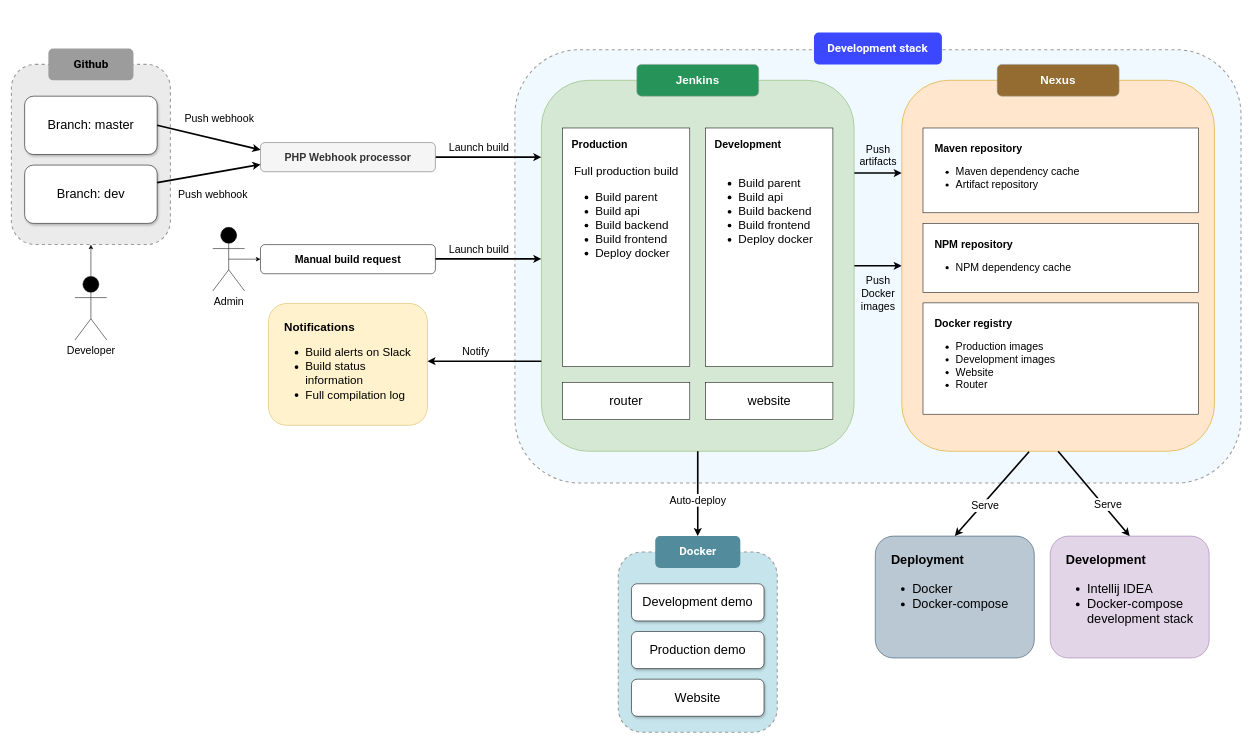
Before: resources/dev-lifecycle.drawio in xkohutka/documentation, a draw.io diagram. Source tidied: cells renumbered, new cells numbered last; positions are measured from the earlier drawing's top-left corner, leaving out a move shared by most shapes. Both pictures are drawn from the tidied source at 53%, with x=0, y=0 at pixel (11, 11).
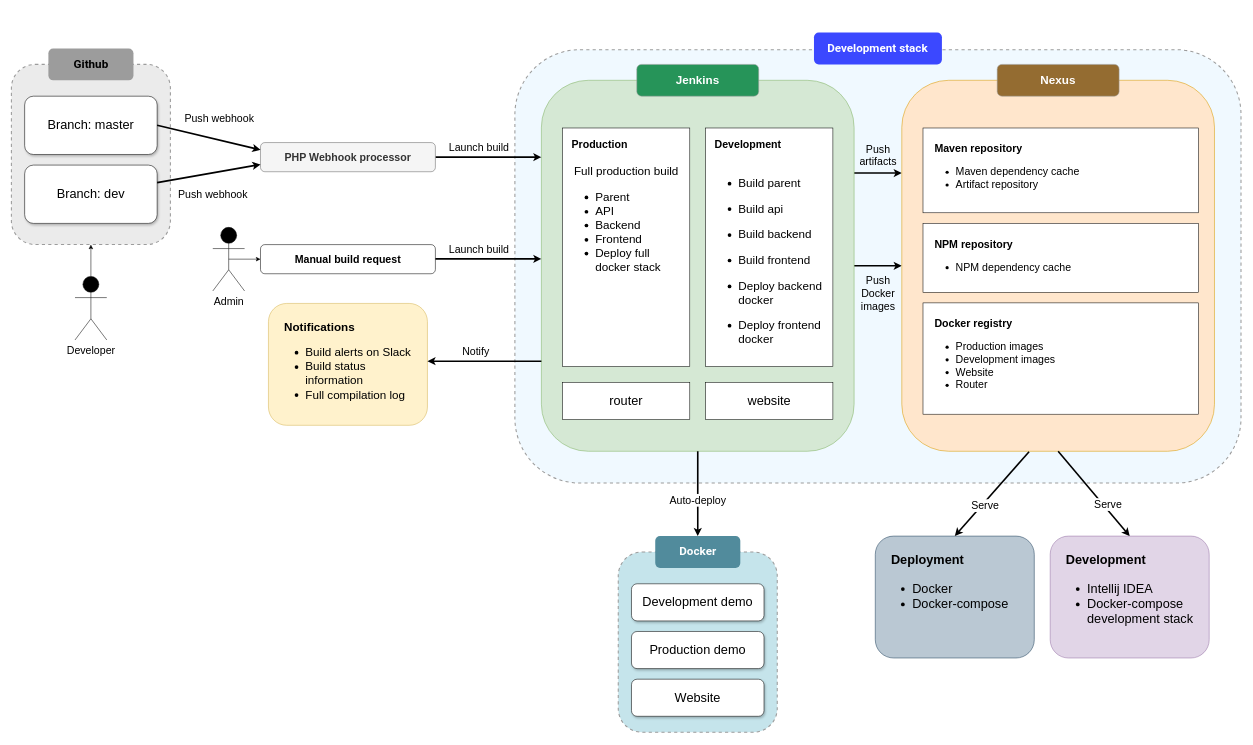
Above is the later version.

Commit message (it also covers changes not shown here):
Made the development lifecycle image more readable Task ID: AS-17 https://fiit-tp.atlassian.net/browse/AS-17

Unchanged cells that the change refers to:
```xml
<mxCell id="2" style="group;shadow=1;" parent="1" vertex="1">
  <mxGeometry x="950" width="1370" height="890" as="geometry" />
</mxCell>
```

The edit, as a diff of the source:
```diff
@@
-    <mxCell id="19" value="&lt;span style=&quot;font-size: 22px;&quot;&gt;Full production build&lt;/span&gt;&lt;br style=&quot;font-size: 22px;&quot;&gt;&lt;ul style=&quot;font-size: 22px;&quot;&gt;&lt;li style=&quot;font-size: 22px;&quot;&gt;Build parent&lt;/li&gt;&lt;li style=&quot;font-size: 22px;&quot;&gt;Build api&lt;/li&gt;&lt;li style=&quot;font-size: 22px;&quot;&gt;Build backend&lt;/li&gt;&lt;li style=&quot;font-size: 22px;&quot;&gt;Build frontend&lt;/li&gt;&lt;li style=&quot;font-size: 22px;&quot;&gt;Deploy docker&lt;/li&gt;&lt;/ul&gt;" style="text;html=1;strokeColor=none;fillColor=none;align=left;verticalAlign=top;whiteSpace=wrap;rounded=0;shadow=0;fontSize=22;fontColor=#000000;" parent="2" vertex="1">
+    <mxCell id="19" value="&lt;span style=&quot;font-size: 22px&quot;&gt;Full production build&lt;/span&gt;&lt;br style=&quot;font-size: 22px&quot;&gt;&lt;ul style=&quot;font-size: 22px&quot;&gt;&lt;li style=&quot;font-size: 22px&quot;&gt;Parent&lt;/li&gt;&lt;li style=&quot;font-size: 22px&quot;&gt;API&lt;/li&gt;&lt;li style=&quot;font-size: 22px&quot;&gt;Backend&lt;/li&gt;&lt;li style=&quot;font-size: 22px&quot;&gt;Frontend&lt;/li&gt;&lt;li style=&quot;font-size: 22px&quot;&gt;Deploy full docker stack&lt;/li&gt;&lt;/ul&gt;" style="text;html=1;strokeColor=none;fillColor=none;align=left;verticalAlign=top;whiteSpace=wrap;rounded=0;shadow=0;fontSize=22;fontColor=#000000;" parent="2" vertex="1">
       <mxGeometry x="110" y="283" width="200" height="367" as="geometry" />
     </mxCell>
-    <mxCell id="20" value="&lt;ul style=&quot;font-size: 22px;&quot;&gt;&lt;li style=&quot;font-size: 22px;&quot;&gt;Build parent&lt;/li&gt;&lt;li style=&quot;font-size: 22px;&quot;&gt;Build api&lt;/li&gt;&lt;li style=&quot;font-size: 22px;&quot;&gt;Build backend&lt;/li&gt;&lt;li style=&quot;font-size: 22px;&quot;&gt;Build frontend&lt;/li&gt;&lt;li style=&quot;font-size: 22px;&quot;&gt;Deploy docker&lt;/li&gt;&lt;/ul&gt;" style="text;html=1;strokeColor=none;fillColor=none;align=left;verticalAlign=top;whiteSpace=wrap;rounded=0;shadow=0;fontSize=22;fontColor=#000000;" parent="2" vertex="1">
+    <mxCell id="20" value="&lt;ul style=&quot;font-size: 22px&quot;&gt;&lt;li style=&quot;font-size: 22px&quot;&gt;Build parent&lt;/li&gt;&lt;/ul&gt;&lt;ul style=&quot;font-size: 22px&quot;&gt;&lt;li style=&quot;font-size: 22px&quot;&gt;Build api&lt;/li&gt;&lt;/ul&gt;&lt;ul style=&quot;font-size: 22px&quot;&gt;&lt;li style=&quot;font-size: 22px&quot;&gt;Build backend&lt;/li&gt;&lt;/ul&gt;&lt;ul style=&quot;font-size: 22px&quot;&gt;&lt;li style=&quot;font-size: 22px&quot;&gt;Build frontend&lt;/li&gt;&lt;/ul&gt;&lt;ul style=&quot;font-size: 22px&quot;&gt;&lt;li style=&quot;font-size: 22px&quot;&gt;Deploy backend docker&lt;/li&gt;&lt;/ul&gt;&lt;ul style=&quot;font-size: 22px&quot;&gt;&lt;li style=&quot;font-size: 22px&quot;&gt;Deploy frontend docker&lt;/li&gt;&lt;/ul&gt;" style="text;html=1;strokeColor=none;fillColor=none;align=left;verticalAlign=top;whiteSpace=wrap;rounded=0;shadow=0;fontSize=22;fontColor=#000000;" parent="2" vertex="1">
       <mxGeometry x="380" y="283" width="200" height="367" as="geometry" />
     </mxCell>
```
